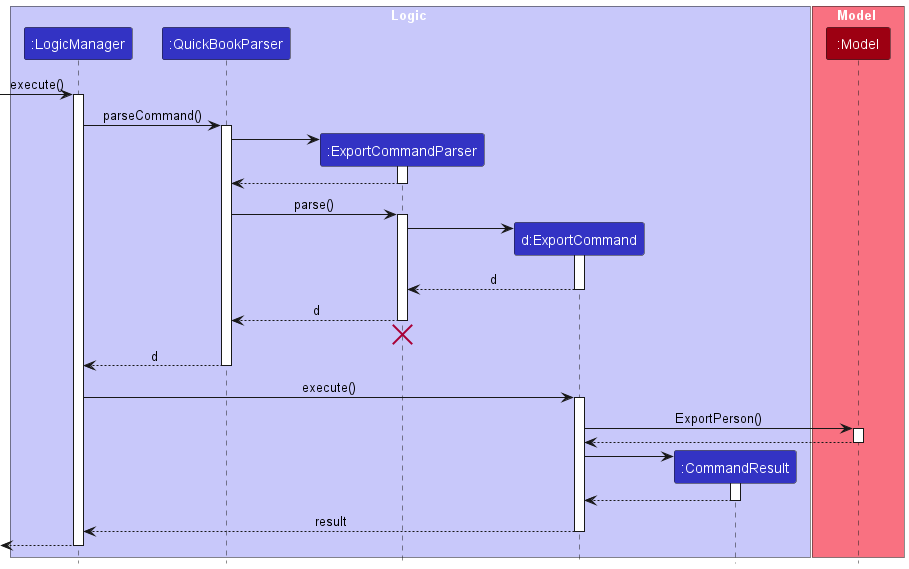
The PlantUML diagram docs/images/ExportSequenceDiagram.png in nus-cs2103-AY2223S2/tp, before a commit. Its source is kept beside it as docs/diagrams/ExportSequenceDiagram.puml.
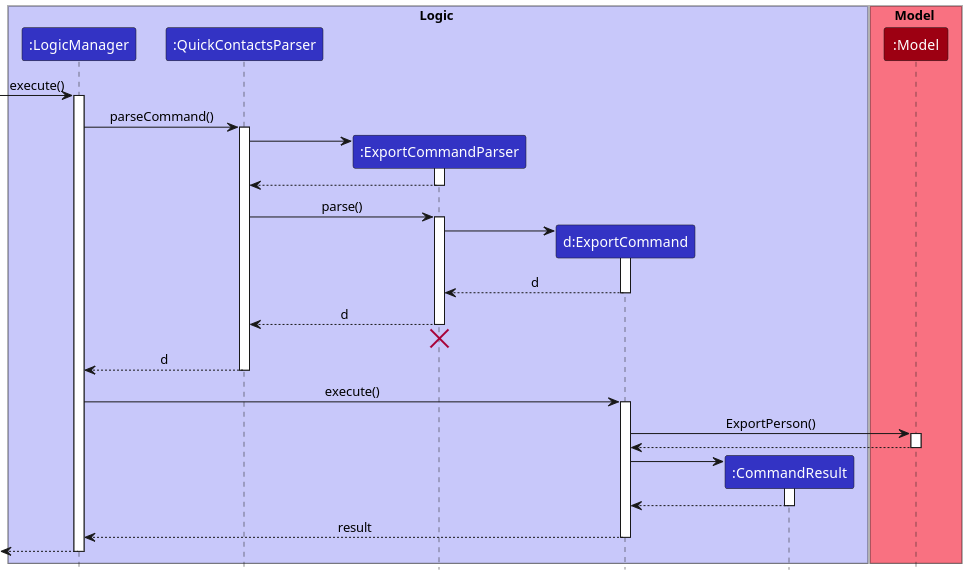
After the commit.

Change to the diagram source:
```diff
@@ -3,7 +3,7 @@
 
 box Logic LOGIC_COLOR_T1
 participant ":LogicManager" as LogicManager LOGIC_COLOR
-participant ":QuickBookParser" as QuickBookParser LOGIC_COLOR
+participant ":QuickContactsParser" as QuickContactsParser LOGIC_COLOR
 participant ":ExportCommandParser" as ExportCommandParser LOGIC_COLOR
 participant "d:ExportCommand" as ExportCommand LOGIC_COLOR
 participant ":CommandResult" as CommandResult LOGIC_COLOR
@@ -16,17 +16,17 @@
 [-> LogicManager : execute()
 activate LogicManager
 
-LogicManager -> QuickBookParser : parseCommand()
-activate QuickBookParser
+LogicManager -> QuickContactsParser : parseCommand()
+activate QuickContactsParser
 
 create ExportCommandParser
-QuickBookParser -> ExportCommandParser
+QuickContactsParser -> ExportCommandParser
 activate ExportCommandParser
 
-ExportCommandParser --> QuickBookParser
+ExportCommandParser --> QuickContactsParser
 deactivate ExportCommandParser
 
-QuickBookParser -> ExportCommandParser : parse()
+QuickContactsParser -> ExportCommandParser : parse()
 activate ExportCommandParser
 
 create ExportCommand
@@ -36,13 +36,13 @@
 ExportCommand --> ExportCommandParser : d
 deactivate ExportCommand
 
-ExportCommandParser --> QuickBookParser : d
+ExportCommandParser --> QuickContactsParser : d
 deactivate ExportCommandParser
-ExportCommandParser -[hidden]-> QuickBookParser
+ExportCommandParser -[hidden]-> QuickContactsParser
 destroy ExportCommandParser
 
-QuickBookParser --> LogicManager : d
-deactivate QuickBookParser
+QuickContactsParser --> LogicManager : d
+deactivate QuickContactsParser
 
 LogicManager -> ExportCommand : execute()
 activate ExportCommand
```
